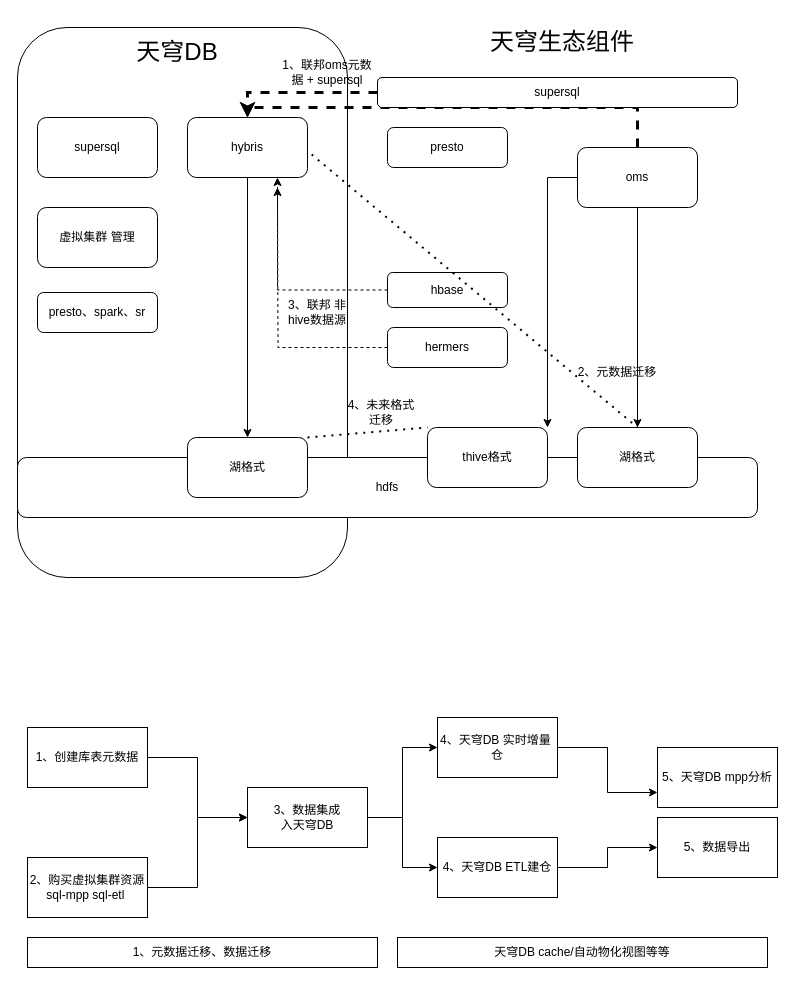
Above: 天穹db.drawio in yuhuali1989/ui (draw.io), before the change. Source tidied: cells renumbered, new cells numbered last; positions are measured from the earlier drawing's top-left corner, leaving out a move shared by most shapes. Both pictures are drawn from the tidied source at 100%, with x=0, y=0 at pixel (17, 17).
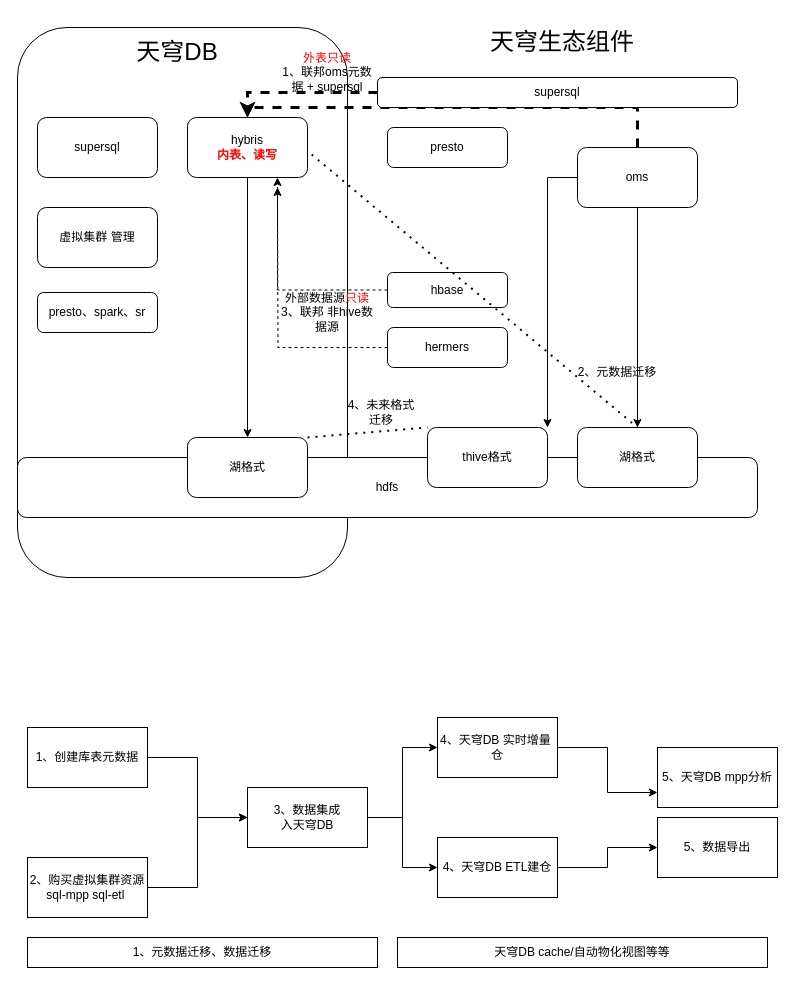
The same page after the edit.

Diff of the diagram source:
```diff
@@
-    <mxCell id="5" value="hybris" style="rounded=1;whiteSpace=wrap;html=1;" parent="1" vertex="1">
+    <mxCell id="5" value="hybris&lt;br&gt;&lt;b&gt;&lt;font color=&quot;#ff0000&quot;&gt;内表、读写&lt;/font&gt;&lt;/b&gt;" style="rounded=1;whiteSpace=wrap;html=1;" parent="1" vertex="1">
       <mxGeometry x="170" y="100" width="120" height="60" as="geometry" />
     </mxCell>
@@
-    <mxCell id="24" value="1、联邦oms元数据 + supersql" style="text;html=1;strokeColor=none;fillColor=none;align=center;verticalAlign=middle;whiteSpace=wrap;rounded=0;" parent="1" vertex="1">
+    <mxCell id="24" value="&lt;font color=&quot;#ff0000&quot;&gt;外表只读&lt;/font&gt;&lt;br&gt;1、联邦oms元数据 + supersql" style="text;html=1;strokeColor=none;fillColor=none;align=center;verticalAlign=middle;whiteSpace=wrap;rounded=0;" parent="1" vertex="1">
       <mxGeometry x="260" y="40" width="100" height="30" as="geometry" />
     </mxCell>
@@
-    <mxCell id="29" value="3、联邦 非hive数据源" style="text;html=1;strokeColor=none;fillColor=none;align=center;verticalAlign=middle;whiteSpace=wrap;rounded=0;" parent="1" vertex="1">
-      <mxGeometry x="260" y="280" width="80" height="30" as="geometry" />
+    <mxCell id="29" value="外部数据源&lt;font color=&quot;#ff0000&quot;&gt;只读&lt;/font&gt;&lt;br&gt;3、联邦 非hive数据源" style="text;html=1;strokeColor=none;fillColor=none;align=center;verticalAlign=middle;whiteSpace=wrap;rounded=0;" parent="1" vertex="1">
+      <mxGeometry x="260" y="280" width="100" height="30" as="geometry" />
     </mxCell>
```
